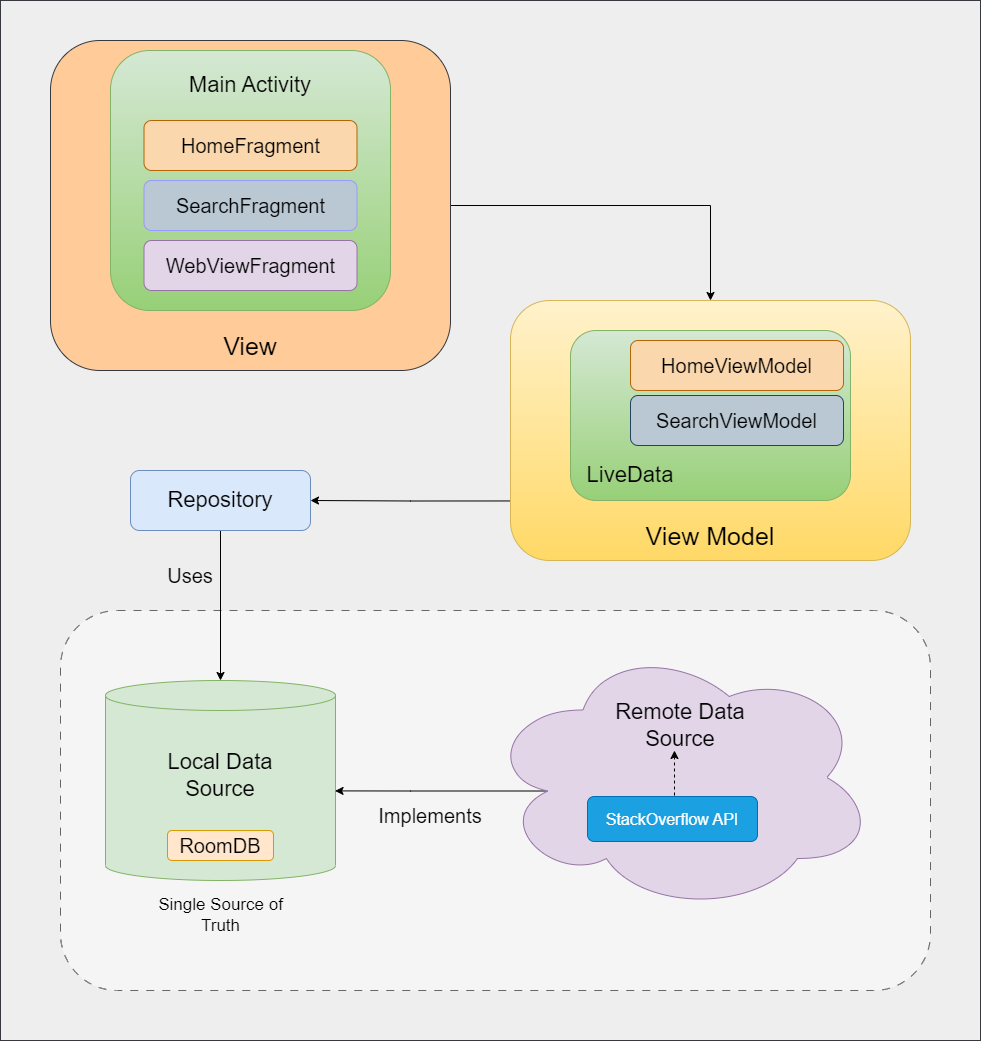
Before: assets/stackbuzz_arc_diagram.png, a diagram exported from draw.io (spongycode/stackbuzz). Source tidied: cells renumbered, new cells last; positions are measured from the earlier drawing's top-left corner, leaving out a move shared by most shapes. Its diagram source:
```xml
<mxGraphModel>
  <root>
    <mxCell id="0" />
    <mxCell id="1" parent="0" />
    <mxCell id="2" style="rounded=0;whiteSpace=wrap;html=1;fillColor=#eeeeee;strokeColor=#36393d;" parent="1" vertex="1">
      <mxGeometry width="980" height="1040" as="geometry" />
    </mxCell>
    <mxCell id="3" style="rounded=1;whiteSpace=wrap;html=1;fillColor=#f5f5f5;dashed=1;dashPattern=8 8;strokeColor=#666666;fontColor=#333333;" parent="1" vertex="1">
      <mxGeometry x="60" y="610" width="870" height="380" as="geometry" />
    </mxCell>
    <mxCell id="4" style="edgeStyle=orthogonalEdgeStyle;rounded=0;jettySize=auto;html=1;exitX=0.5;exitY=1;exitDx=0;exitDy=0;entryX=0.5;entryY=0;entryDx=0;entryDy=0;entryPerimeter=0;" parent="1" edge="1" source="5" target="7">
      <mxGeometry relative="1" as="geometry" />
    </mxCell>
    <mxCell id="5" style="rounded=1;whiteSpace=wrap;html=1;fillColor=#dae8fc;strokeColor=#6c8ebf;" parent="1" vertex="1">
      <mxGeometry x="130" y="470" width="180" height="60" as="geometry" />
    </mxCell>
    <mxCell id="6" value="&lt;font style=&quot;font-size: 22px;&quot;&gt;Repository&lt;/font&gt;" style="text;html=1;strokeColor=none;fillColor=none;align=center;verticalAlign=middle;whiteSpace=wrap;rounded=0;" parent="1" vertex="1">
      <mxGeometry x="190" y="485" width="60" height="30" as="geometry" />
    </mxCell>
    <mxCell id="7" style="shape=cylinder3;whiteSpace=wrap;html=1;boundedLbl=1;backgroundOutline=1;size=15;fillColor=#d5e8d4;strokeColor=#82b366;shadow=0;" parent="1" vertex="1">
      <mxGeometry x="105" y="680" width="230" height="200" as="geometry" />
    </mxCell>
    <mxCell id="8" value="&lt;font style=&quot;font-size: 22px;&quot;&gt;Local Data Source&lt;/font&gt;" style="text;html=1;strokeColor=none;fillColor=none;align=center;verticalAlign=middle;whiteSpace=wrap;rounded=0;" parent="1" vertex="1">
      <mxGeometry x="165" y="760" width="110" height="30" as="geometry" />
    </mxCell>
    <mxCell id="9" value="&lt;font style=&quot;font-size: 20px;&quot;&gt;RoomDB&lt;/font&gt;" style="rounded=1;whiteSpace=wrap;html=1;fillColor=#ffe6cc;strokeColor=#d79b00;" parent="1" vertex="1">
      <mxGeometry x="167" y="830" width="106" height="30" as="geometry" />
    </mxCell>
    <mxCell id="10" value="&lt;font style=&quot;font-size: 20px;&quot;&gt;Uses&lt;/font&gt;" style="text;html=1;strokeColor=none;fillColor=none;align=center;verticalAlign=middle;whiteSpace=wrap;rounded=0;" parent="1" vertex="1">
      <mxGeometry x="160" y="560" width="60" height="30" as="geometry" />
    </mxCell>
    <mxCell id="11" style="edgeStyle=orthogonalEdgeStyle;rounded=0;jettySize=auto;html=1;exitX=0.16;exitY=0.55;exitDx=0;exitDy=0;exitPerimeter=0;entryX=0.998;entryY=0.552;entryDx=0;entryDy=0;entryPerimeter=0;" parent="1" edge="1" source="12" target="7">
      <mxGeometry relative="1" as="geometry" />
    </mxCell>
    <mxCell id="12" style="ellipse;shape=cloud;whiteSpace=wrap;html=1;fillColor=#e1d5e7;strokeColor=#9673a6;shadow=0;" parent="1" vertex="1">
      <mxGeometry x="485" y="642" width="390" height="270" as="geometry" />
    </mxCell>
    <mxCell id="13" value="&lt;font style=&quot;font-size: 22px;&quot;&gt;Remote Data Source&lt;/font&gt;" style="text;html=1;strokeColor=none;fillColor=none;align=center;verticalAlign=middle;whiteSpace=wrap;rounded=0;" parent="1" vertex="1">
      <mxGeometry x="585" y="710" width="190" height="30" as="geometry" />
    </mxCell>
    <mxCell id="14" value="&lt;font style=&quot;font-size: 16px;&quot;&gt;StackOverflow API&lt;/font&gt;" style="rounded=1;whiteSpace=wrap;html=1;fillColor=#1ba1e2;strokeColor=#006EAF;fontColor=#ffffff;" parent="1" vertex="1">
      <mxGeometry x="587" y="796" width="170" height="45" as="geometry" />
    </mxCell>
    <mxCell id="15" value="&lt;font style=&quot;font-size: 20px;&quot;&gt;Implements&lt;/font&gt;" style="text;html=1;strokeColor=none;fillColor=none;align=center;verticalAlign=middle;whiteSpace=wrap;rounded=0;" parent="1" vertex="1">
      <mxGeometry x="400" y="800" width="60" height="30" as="geometry" />
    </mxCell>
    <mxCell id="16" style="edgeStyle=orthogonalEdgeStyle;rounded=0;jettySize=auto;html=1;exitX=0.003;exitY=0.771;exitDx=0;exitDy=0;exitPerimeter=0;" parent="1" edge="1" source="17" target="5">
      <mxGeometry relative="1" as="geometry" />
    </mxCell>
    <mxCell id="17" style="rounded=1;whiteSpace=wrap;html=1;fillColor=#fff2cc;gradientColor=#ffd966;strokeColor=#d6b656;glass=0;" parent="1" vertex="1">
      <mxGeometry x="510" y="300" width="400" height="260" as="geometry" />
    </mxCell>
    <mxCell id="18" style="rounded=1;whiteSpace=wrap;html=1;fillColor=#d5e8d4;strokeColor=#82b366;gradientColor=#97d077;" parent="1" vertex="1">
      <mxGeometry x="570" y="330" width="280" height="170" as="geometry" />
    </mxCell>
    <mxCell id="19" value="&lt;font style=&quot;font-size: 20px;&quot;&gt;HomeViewModel&lt;/font&gt;" style="rounded=1;whiteSpace=wrap;html=1;fillColor=#fad7ac;strokeColor=#b46504;" parent="1" vertex="1">
      <mxGeometry x="630" y="340" width="213" height="50" as="geometry" />
    </mxCell>
    <mxCell id="20" value="&lt;font style=&quot;font-size: 20px;&quot;&gt;SearchViewModel&lt;/font&gt;" style="rounded=1;whiteSpace=wrap;html=1;fillColor=#bac8d3;strokeColor=#23445d;" parent="1" vertex="1">
      <mxGeometry x="630" y="395" width="213" height="50" as="geometry" />
    </mxCell>
    <mxCell id="21" value="&lt;font style=&quot;font-size: 22px;&quot;&gt;LiveData&lt;/font&gt;" style="text;html=1;strokeColor=none;fillColor=none;align=center;verticalAlign=middle;whiteSpace=wrap;rounded=0;" parent="1" vertex="1">
      <mxGeometry x="600" y="460" width="60" height="30" as="geometry" />
    </mxCell>
    <mxCell id="22" value="&lt;font style=&quot;font-size: 25px;&quot;&gt;View Model&lt;/font&gt;" style="text;html=1;strokeColor=none;fillColor=none;align=center;verticalAlign=middle;whiteSpace=wrap;rounded=0;" parent="1" vertex="1">
      <mxGeometry x="625" y="520" width="170" height="30" as="geometry" />
    </mxCell>
    <mxCell id="23" style="edgeStyle=orthogonalEdgeStyle;rounded=0;jettySize=auto;html=1;exitX=1;exitY=0.5;exitDx=0;exitDy=0;entryX=0.5;entryY=0;entryDx=0;entryDy=0;" parent="1" edge="1" source="24" target="17">
      <mxGeometry relative="1" as="geometry" />
    </mxCell>
    <mxCell id="24" style="rounded=1;whiteSpace=wrap;html=1;fillColor=#ffcc99;strokeColor=#36393d;glass=0;" parent="1" vertex="1">
      <mxGeometry x="50" y="40" width="400" height="330" as="geometry" />
    </mxCell>
    <mxCell id="25" style="rounded=1;whiteSpace=wrap;html=1;fillColor=#d5e8d4;strokeColor=#82b366;gradientColor=#97d077;" parent="1" vertex="1">
      <mxGeometry x="110" y="50" width="280" height="260" as="geometry" />
    </mxCell>
    <mxCell id="26" value="&lt;font style=&quot;font-size: 20px;&quot;&gt;HomeFragment&lt;/font&gt;" style="rounded=1;whiteSpace=wrap;html=1;fillColor=#fad7ac;strokeColor=#b46504;" parent="1" vertex="1">
      <mxGeometry x="143.5" y="120" width="213" height="50" as="geometry" />
    </mxCell>
    <mxCell id="27" value="&lt;font style=&quot;font-size: 20px;&quot;&gt;SearchFragment&lt;/font&gt;" style="rounded=1;whiteSpace=wrap;html=1;fillColor=#bac8d3;strokeColor=#9999FF;gradientColor=none;" parent="1" vertex="1">
      <mxGeometry x="143.5" y="180" width="213" height="50" as="geometry" />
    </mxCell>
    <mxCell id="28" value="&lt;font style=&quot;font-size: 22px;&quot;&gt;Main Activity&lt;/font&gt;" style="text;html=1;strokeColor=none;fillColor=none;align=center;verticalAlign=middle;whiteSpace=wrap;rounded=0;" parent="1" vertex="1">
      <mxGeometry x="175" y="70" width="150" height="30" as="geometry" />
    </mxCell>
    <mxCell id="29" value="&lt;font style=&quot;font-size: 25px;&quot;&gt;View&lt;/font&gt;" style="text;html=1;strokeColor=none;fillColor=none;align=center;verticalAlign=middle;whiteSpace=wrap;rounded=0;" parent="1" vertex="1">
      <mxGeometry x="165" y="330" width="170" height="30" as="geometry" />
    </mxCell>
    <mxCell id="30" value="&lt;font style=&quot;font-size: 20px;&quot;&gt;WebViewFragment&lt;/font&gt;" style="rounded=1;whiteSpace=wrap;html=1;fillColor=#e1d5e7;strokeColor=#9673a6;" parent="1" vertex="1">
      <mxGeometry x="143.5" y="240" width="213" height="50" as="geometry" />
    </mxCell>
    <mxCell id="31" style="endArrow=classic;html=1;rounded=0;strokeColor=default;dashed=1;entryX=0.342;entryY=1.333;entryDx=0;entryDy=0;entryPerimeter=0;" parent="1" edge="1">
      <mxGeometry relative="1" as="geometry">
        <mxPoint x="674" y="795" as="sourcePoint" />
        <mxPoint x="674" y="750" as="targetPoint" />
      </mxGeometry>
    </mxCell>
    <mxCell id="32" value="&lt;font style=&quot;font-size: 17px;&quot;&gt;Single Source of Truth&lt;/font&gt;" style="text;html=1;strokeColor=none;fillColor=none;align=center;verticalAlign=middle;whiteSpace=wrap;rounded=0;" parent="1" vertex="1">
      <mxGeometry x="137.5" y="900" width="165" height="30" as="geometry" />
    </mxCell>
  </root>
</mxGraphModel>
```
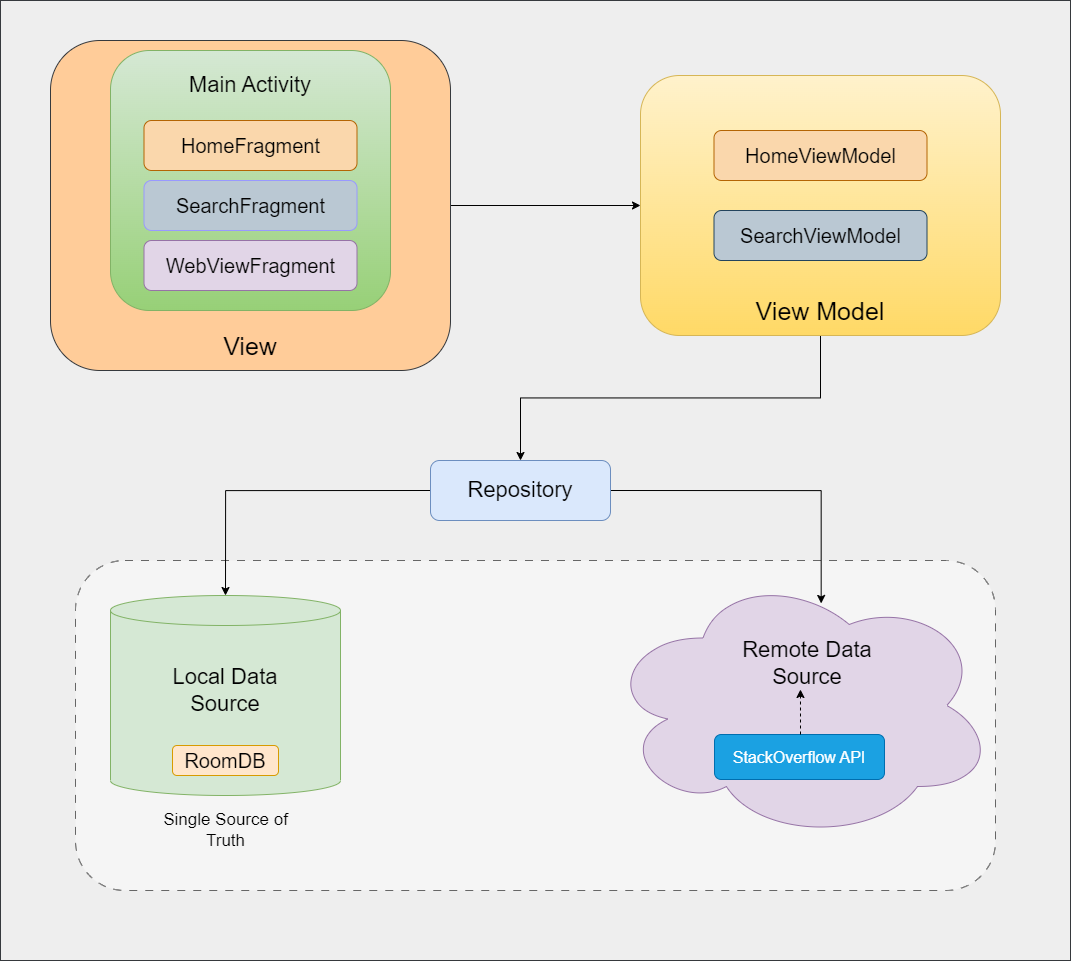
The same file after the commit.

Change to the diagram source:
```diff
@@ -3,69 +3,57 @@
     <mxCell id="0" />
     <mxCell id="1" parent="0" />
     <mxCell id="2" style="rounded=0;whiteSpace=wrap;html=1;fillColor=#eeeeee;strokeColor=#36393d;" parent="1" vertex="1">
-      <mxGeometry width="980" height="1040" as="geometry" />
+      <mxGeometry width="1070" height="960" as="geometry" />
     </mxCell>
     <mxCell id="3" style="rounded=1;whiteSpace=wrap;html=1;fillColor=#f5f5f5;dashed=1;dashPattern=8 8;strokeColor=#666666;fontColor=#333333;" parent="1" vertex="1">
-      <mxGeometry x="60" y="610" width="870" height="380" as="geometry" />
+      <mxGeometry x="75" y="560" width="920" height="330" as="geometry" />
     </mxCell>
-    <mxCell id="4" style="edgeStyle=orthogonalEdgeStyle;rounded=0;jettySize=auto;html=1;exitX=0.5;exitY=1;exitDx=0;exitDy=0;entryX=0.5;entryY=0;entryDx=0;entryDy=0;entryPerimeter=0;" parent="1" edge="1" source="5" target="7">
+    <mxCell id="4" style="edgeStyle=orthogonalEdgeStyle;rounded=0;jettySize=auto;html=1;exitX=0;exitY=0.5;exitDx=0;exitDy=0;entryX=0.5;entryY=0;entryDx=0;entryDy=0;entryPerimeter=0;" parent="1" edge="1" source="5" target="7">
       <mxGeometry relative="1" as="geometry" />
     </mxCell>
+    <mxCell id="33" style="edgeStyle=orthogonalEdgeStyle;rounded=0;jettySize=auto;html=1;exitX=1;exitY=0.5;exitDx=0;exitDy=0;entryX=0.553;entryY=0.122;entryDx=0;entryDy=0;entryPerimeter=0;" parent="1" edge="1" source="5" target="12">
+      <mxGeometry relative="1" as="geometry" />
+    </mxCell>
     <mxCell id="5" style="rounded=1;whiteSpace=wrap;html=1;fillColor=#dae8fc;strokeColor=#6c8ebf;" parent="1" vertex="1">
-      <mxGeometry x="130" y="470" width="180" height="60" as="geometry" />
+      <mxGeometry x="430" y="460" width="180" height="60" as="geometry" />
     </mxCell>
     <mxCell id="6" value="&lt;font style=&quot;font-size: 22px;&quot;&gt;Repository&lt;/font&gt;" style="text;html=1;strokeColor=none;fillColor=none;align=center;verticalAlign=middle;whiteSpace=wrap;rounded=0;" parent="1" vertex="1">
-      <mxGeometry x="190" y="485" width="60" height="30" as="geometry" />
+      <mxGeometry x="490" y="475" width="60" height="30" as="geometry" />
     </mxCell>
     <mxCell id="7" style="shape=cylinder3;whiteSpace=wrap;html=1;boundedLbl=1;backgroundOutline=1;size=15;fillColor=#d5e8d4;strokeColor=#82b366;shadow=0;" parent="1" vertex="1">
-      <mxGeometry x="105" y="680" width="230" height="200" as="geometry" />
+      <mxGeometry x="110" y="595" width="230" height="200" as="geometry" />
     </mxCell>
     <mxCell id="8" value="&lt;font style=&quot;font-size: 22px;&quot;&gt;Local Data Source&lt;/font&gt;" style="text;html=1;strokeColor=none;fillColor=none;align=center;verticalAlign=middle;whiteSpace=wrap;rounded=0;" parent="1" vertex="1">
-      <mxGeometry x="165" y="760" width="110" height="30" as="geometry" />
+      <mxGeometry x="170" y="675" width="110" height="30" as="geometry" />
     </mxCell>
     <mxCell id="9" value="&lt;font style=&quot;font-size: 20px;&quot;&gt;RoomDB&lt;/font&gt;" style="rounded=1;whiteSpace=wrap;html=1;fillColor=#ffe6cc;strokeColor=#d79b00;" parent="1" vertex="1">
-      <mxGeometry x="167" y="830" width="106" height="30" as="geometry" />
+      <mxGeometry x="172" y="745" width="106" height="30" as="geometry" />
     </mxCell>
-    <mxCell id="10" value="&lt;font style=&quot;font-size: 20px;&quot;&gt;Uses&lt;/font&gt;" style="text;html=1;strokeColor=none;fillColor=none;align=center;verticalAlign=middle;whiteSpace=wrap;rounded=0;" parent="1" vertex="1">
-      <mxGeometry x="160" y="560" width="60" height="30" as="geometry" />
-    </mxCell>
-    <mxCell id="11" style="edgeStyle=orthogonalEdgeStyle;rounded=0;jettySize=auto;html=1;exitX=0.16;exitY=0.55;exitDx=0;exitDy=0;exitPerimeter=0;entryX=0.998;entryY=0.552;entryDx=0;entryDy=0;entryPerimeter=0;" parent="1" edge="1" source="12" target="7">
-      <mxGeometry relative="1" as="geometry" />
-    </mxCell>
     <mxCell id="12" style="ellipse;shape=cloud;whiteSpace=wrap;html=1;fillColor=#e1d5e7;strokeColor=#9673a6;shadow=0;" parent="1" vertex="1">
-      <mxGeometry x="485" y="642" width="390" height="270" as="geometry" />
+      <mxGeometry x="605" y="570" width="390" height="270" as="geometry" />
     </mxCell>
     <mxCell id="13" value="&lt;font style=&quot;font-size: 22px;&quot;&gt;Remote Data Source&lt;/font&gt;" style="text;html=1;strokeColor=none;fillColor=none;align=center;verticalAlign=middle;whiteSpace=wrap;rounded=0;" parent="1" vertex="1">
-      <mxGeometry x="585" y="710" width="190" height="30" as="geometry" />
+      <mxGeometry x="712" y="648" width="190" height="30" as="geometry" />
     </mxCell>
     <mxCell id="14" value="&lt;font style=&quot;font-size: 16px;&quot;&gt;StackOverflow API&lt;/font&gt;" style="rounded=1;whiteSpace=wrap;html=1;fillColor=#1ba1e2;strokeColor=#006EAF;fontColor=#ffffff;" parent="1" vertex="1">
-      <mxGeometry x="587" y="796" width="170" height="45" as="geometry" />
+      <mxGeometry x="714" y="734" width="170" height="45" as="geometry" />
     </mxCell>
-    <mxCell id="15" value="&lt;font style=&quot;font-size: 20px;&quot;&gt;Implements&lt;/font&gt;" style="text;html=1;strokeColor=none;fillColor=none;align=center;verticalAlign=middle;whiteSpace=wrap;rounded=0;" parent="1" vertex="1">
-      <mxGeometry x="400" y="800" width="60" height="30" as="geometry" />
-    </mxCell>
-    <mxCell id="16" style="edgeStyle=orthogonalEdgeStyle;rounded=0;jettySize=auto;html=1;exitX=0.003;exitY=0.771;exitDx=0;exitDy=0;exitPerimeter=0;" parent="1" edge="1" source="17" target="5">
+    <mxCell id="16" style="edgeStyle=orthogonalEdgeStyle;rounded=0;jettySize=auto;html=1;exitX=0.5;exitY=1;exitDx=0;exitDy=0;" parent="1" edge="1" source="17" target="5">
       <mxGeometry relative="1" as="geometry" />
     </mxCell>
     <mxCell id="17" style="rounded=1;whiteSpace=wrap;html=1;fillColor=#fff2cc;gradientColor=#ffd966;strokeColor=#d6b656;glass=0;" parent="1" vertex="1">
-      <mxGeometry x="510" y="300" width="400" height="260" as="geometry" />
+      <mxGeometry x="640" y="75" width="360" height="260" as="geometry" />
     </mxCell>
-    <mxCell id="18" style="rounded=1;whiteSpace=wrap;html=1;fillColor=#d5e8d4;strokeColor=#82b366;gradientColor=#97d077;" parent="1" vertex="1">
-      <mxGeometry x="570" y="330" width="280" height="170" as="geometry" />
-    </mxCell>
     <mxCell id="19" value="&lt;font style=&quot;font-size: 20px;&quot;&gt;HomeViewModel&lt;/font&gt;" style="rounded=1;whiteSpace=wrap;html=1;fillColor=#fad7ac;strokeColor=#b46504;" parent="1" vertex="1">
-      <mxGeometry x="630" y="340" width="213" height="50" as="geometry" />
+      <mxGeometry x="713.5" y="130" width="213" height="50" as="geometry" />
     </mxCell>
     <mxCell id="20" value="&lt;font style=&quot;font-size: 20px;&quot;&gt;SearchViewModel&lt;/font&gt;" style="rounded=1;whiteSpace=wrap;html=1;fillColor=#bac8d3;strokeColor=#23445d;" parent="1" vertex="1">
-      <mxGeometry x="630" y="395" width="213" height="50" as="geometry" />
+      <mxGeometry x="713.5" y="210" width="213" height="50" as="geometry" />
     </mxCell>
-    <mxCell id="21" value="&lt;font style=&quot;font-size: 22px;&quot;&gt;LiveData&lt;/font&gt;" style="text;html=1;strokeColor=none;fillColor=none;align=center;verticalAlign=middle;whiteSpace=wrap;rounded=0;" parent="1" vertex="1">
-      <mxGeometry x="600" y="460" width="60" height="30" as="geometry" />
-    </mxCell>
     <mxCell id="22" value="&lt;font style=&quot;font-size: 25px;&quot;&gt;View Model&lt;/font&gt;" style="text;html=1;strokeColor=none;fillColor=none;align=center;verticalAlign=middle;whiteSpace=wrap;rounded=0;" parent="1" vertex="1">
-      <mxGeometry x="625" y="520" width="170" height="30" as="geometry" />
+      <mxGeometry x="735" y="295" width="170" height="30" as="geometry" />
     </mxCell>
-    <mxCell id="23" style="edgeStyle=orthogonalEdgeStyle;rounded=0;jettySize=auto;html=1;exitX=1;exitY=0.5;exitDx=0;exitDy=0;entryX=0.5;entryY=0;entryDx=0;entryDy=0;" parent="1" edge="1" source="24" target="17">
+    <mxCell id="23" style="edgeStyle=orthogonalEdgeStyle;rounded=0;jettySize=auto;html=1;exitX=1;exitY=0.5;exitDx=0;exitDy=0;entryX=0;entryY=0.5;entryDx=0;entryDy=0;" parent="1" edge="1" source="24" target="17">
       <mxGeometry relative="1" as="geometry" />
     </mxCell>
     <mxCell id="24" style="rounded=1;whiteSpace=wrap;html=1;fillColor=#ffcc99;strokeColor=#36393d;glass=0;" parent="1" vertex="1">
@@ -91,12 +79,12 @@
     </mxCell>
     <mxCell id="31" style="endArrow=classic;html=1;rounded=0;strokeColor=default;dashed=1;entryX=0.342;entryY=1.333;entryDx=0;entryDy=0;entryPerimeter=0;" parent="1" edge="1">
       <mxGeometry relative="1" as="geometry">
-        <mxPoint x="674" y="795" as="sourcePoint" />
-        <mxPoint x="674" y="750" as="targetPoint" />
+        <mxPoint x="800" y="734" as="sourcePoint" />
+        <mxPoint x="800" y="689" as="targetPoint" />
       </mxGeometry>
     </mxCell>
     <mxCell id="32" value="&lt;font style=&quot;font-size: 17px;&quot;&gt;Single Source of Truth&lt;/font&gt;" style="text;html=1;strokeColor=none;fillColor=none;align=center;verticalAlign=middle;whiteSpace=wrap;rounded=0;" parent="1" vertex="1">
-      <mxGeometry x="137.5" y="900" width="165" height="30" as="geometry" />
+      <mxGeometry x="142.5" y="815" width="165" height="30" as="geometry" />
     </mxCell>
   </root>
 </mxGraphModel>
```
